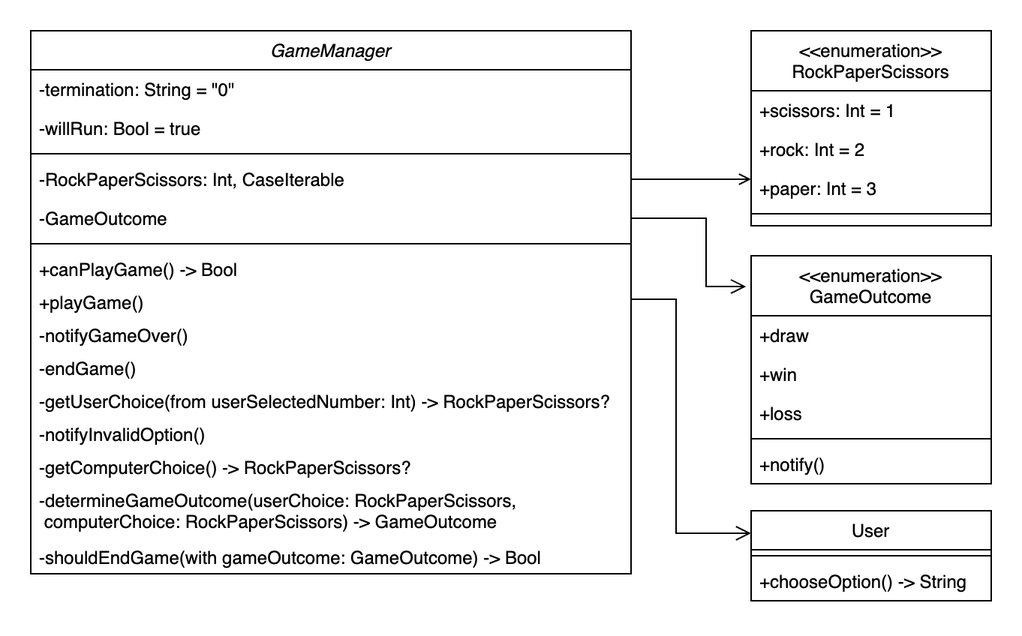
tasty-code/ios-rock-scissor-paper keeps this draw.io diagram as docs/GameRockPaperScissors_ClassDiagram.drawio.png. Above is the earlier version. Source tidied: cells renumbered, new cells last; positions are measured from the earlier drawing's top-left corner, leaving out a move shared by most shapes.
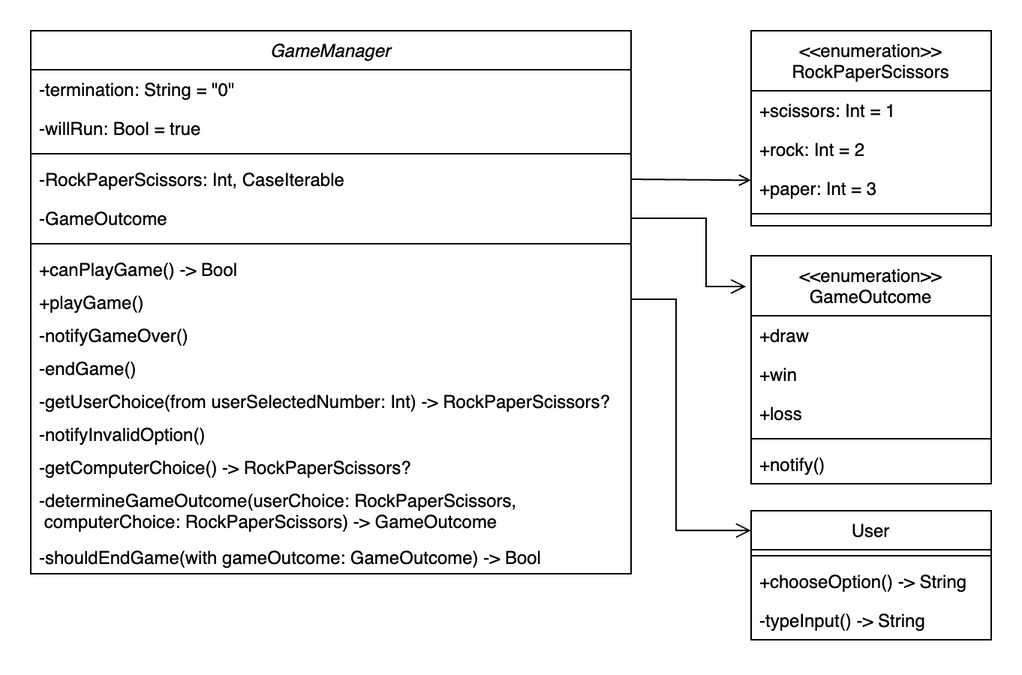
Above is the later version.

Commit message:
feat: User 구조체에 typeInput 구현

What changed in the source:
```diff
@@ -51,7 +51,7 @@
       <mxGeometry y="338" width="400" height="22" as="geometry" />
     </mxCell>
     <mxCell id="18" value="User" style="swimlane;fontStyle=0;align=center;verticalAlign=top;horizontal=1;startSize=26;rounded=0;shadow=0;strokeWidth=1;" parent="1" vertex="1">
-      <mxGeometry x="480" y="320" width="160" height="60" as="geometry" />
+      <mxGeometry x="480" y="320" width="160" height="86" as="geometry" />
     </mxCell>
     <mxCell id="19" style="line;html=1;strokeWidth=1;align=left;verticalAlign=middle;spacingTop=-1;spacingLeft=3;spacingRight=3;labelPosition=right;" parent="18" vertex="1">
       <mxGeometry y="26" width="160" height="8" as="geometry" />
@@ -59,6 +59,9 @@
     <mxCell id="20" value="+chooseOption() -&gt; String" style="text;align=left;verticalAlign=top;spacingLeft=4;spacingRight=4;overflow=hidden;" parent="18" vertex="1">
       <mxGeometry y="34" width="160" height="26" as="geometry" />
     </mxCell>
+    <mxCell id="35" value="-typeInput() -&gt; String" style="text;align=left;verticalAlign=top;spacingLeft=4;spacingRight=4;overflow=hidden;" parent="18" vertex="1">
+      <mxGeometry y="60" width="160" height="26" as="geometry" />
+    </mxCell>
     <mxCell id="21" value="&lt;&lt;enumeration&gt;&gt;&#10;RockPaperScissors" style="swimlane;fontStyle=0;align=center;verticalAlign=top;horizontal=1;startSize=40;rounded=0;shadow=0;strokeWidth=1;" parent="1" vertex="1">
       <mxGeometry x="480" width="160" height="130" as="geometry" />
     </mxCell>
@@ -104,7 +107,7 @@
         </Array>
       </mxGeometry>
     </mxCell>
-    <mxCell id="34" style="edgeStyle=elbowEdgeStyle;elbow=horizontal;endArrow=open;html=1;curved=0;rounded=0;endSize=8;startSize=8;entryX=0;entryY=0.25;entryDx=0;entryDy=0;endFill=0;exitX=1;exitY=0.5;exitDx=0;exitDy=0;" parent="1" edge="1" source="10" target="18">
+    <mxCell id="34" style="edgeStyle=elbowEdgeStyle;elbow=horizontal;endArrow=open;html=1;curved=0;rounded=0;endSize=8;startSize=8;entryX=0;entryY=0.153;entryDx=0;entryDy=0;endFill=0;exitX=1;exitY=0.5;exitDx=0;exitDy=0;entryPerimeter=0;" parent="1" edge="1" source="10" target="18">
       <mxGeometry relative="1" as="geometry">
         <Array as="points">
           <mxPoint x="430" y="260" />
```
